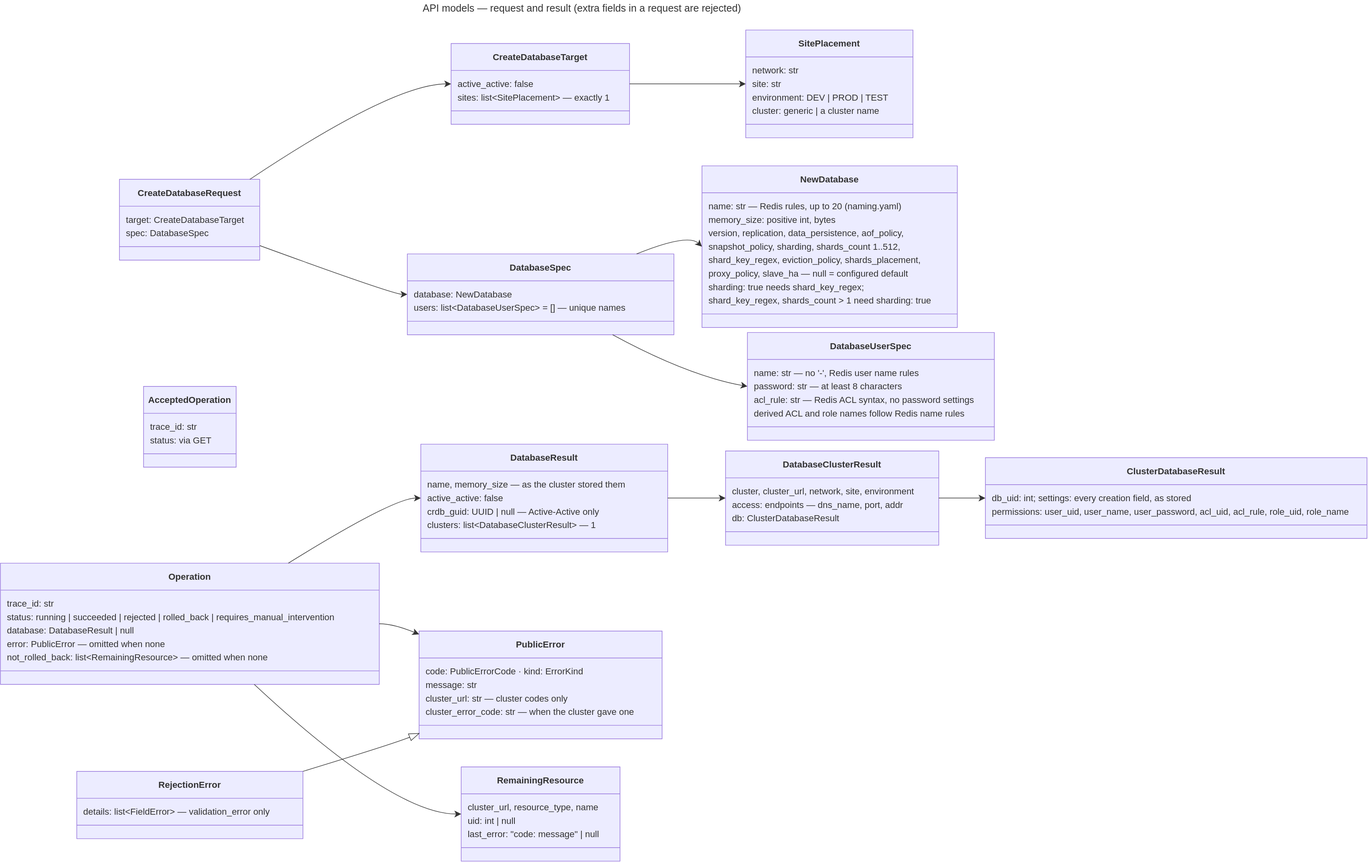
This is docs/diagrams/19-api-models-create.drawio.svg from EliShteinman/redis-enterprise-services, a draw.io export, as it was before one commit. Source tidied: cells renumbered, new cells last; positions are measured from the earlier drawing's top-left corner, leaving out a move shared by most shapes.
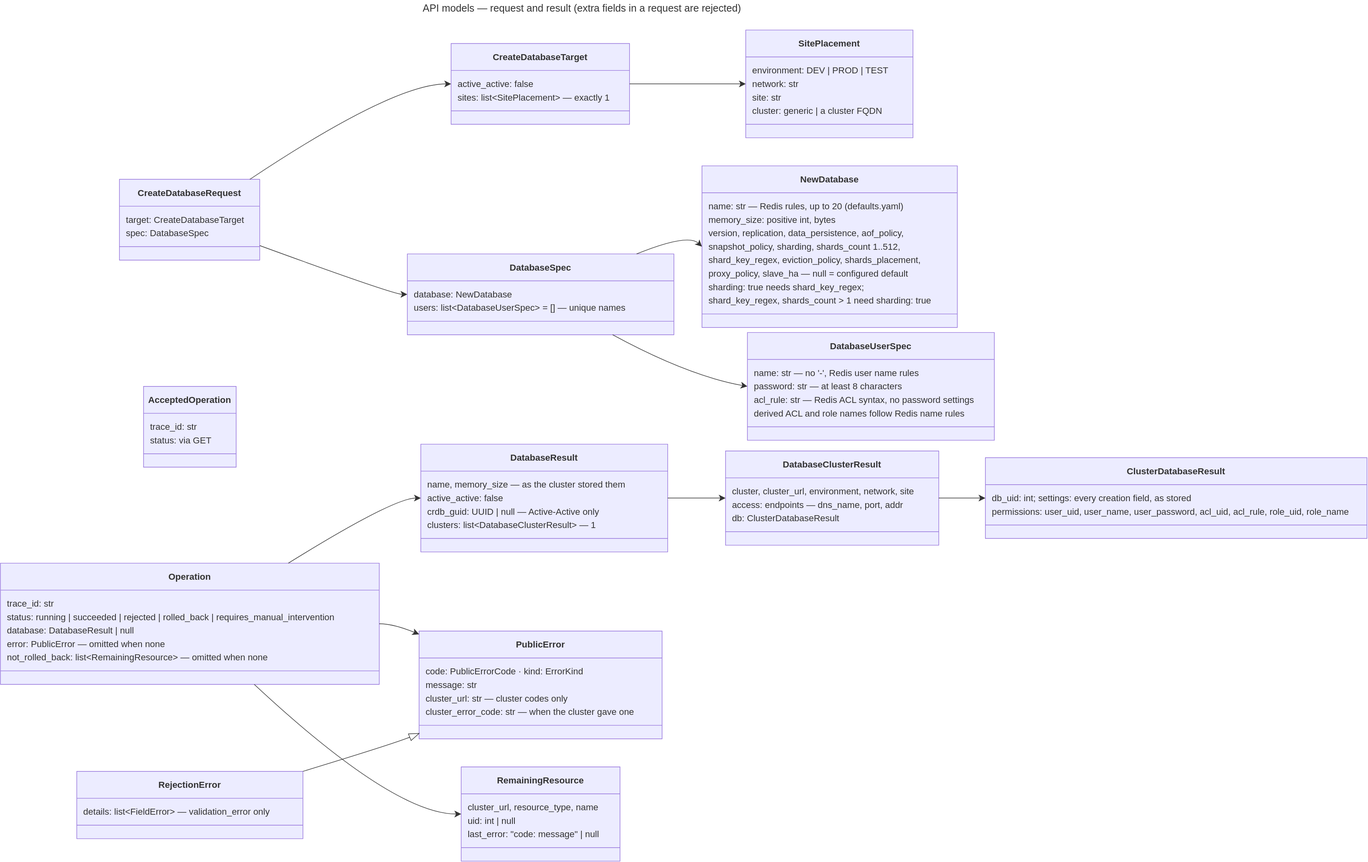
Later version of the same file.

The edit, as a diff of the source:
```diff
@@ -29,16 +29,16 @@
     <mxCell id="10" value="&lt;b&gt;SitePlacement&lt;/b&gt;" style="swimlane;html=1;fontStyle=1;fontSize=16;align=center;verticalAlign=middle;horizontal=1;startSize=48;swimlaneFillColor=light-dark(#ECECFF,#1f2020);whiteSpace=wrap;fillColor=light-dark(#ECECFF,#1f2020);strokeColor=light-dark(#9370DB,#cccccc);fontColor=light-dark(#333333,#cccccc);fontFamily=Trebuchet MS,Verdana,Arial,sans-serif;" parent="1" vertex="1">
       <mxGeometry x="1328" y="53" width="298" height="192" as="geometry" />
     </mxCell>
-    <mxCell id="11" value="network: str" style="text;fontSize=16;strokeColor=none;fillColor=none;align=left;verticalAlign=middle;spacingLeft=10;spacingRight=12;spacingBottom=2;overflow=hidden;fontFamily=Trebuchet MS,Verdana,Arial,sans-serif;fontColor=light-dark(#333333,#cccccc);" parent="10" vertex="1">
+    <mxCell id="11" value="environment: DEV | PROD | TEST" style="text;fontSize=16;strokeColor=none;fillColor=none;align=left;verticalAlign=middle;spacingLeft=10;spacingRight=12;spacingBottom=2;overflow=hidden;fontFamily=Trebuchet MS,Verdana,Arial,sans-serif;fontColor=light-dark(#333333,#cccccc);" parent="10" vertex="1">
       <mxGeometry y="60" width="298" height="24" as="geometry" />
     </mxCell>
-    <mxCell id="12" value="site: str" style="text;fontSize=16;strokeColor=none;fillColor=none;align=left;verticalAlign=middle;spacingLeft=10;spacingRight=12;spacingBottom=2;overflow=hidden;fontFamily=Trebuchet MS,Verdana,Arial,sans-serif;fontColor=light-dark(#333333,#cccccc);" parent="10" vertex="1">
+    <mxCell id="12" value="network: str" style="text;fontSize=16;strokeColor=none;fillColor=none;align=left;verticalAlign=middle;spacingLeft=10;spacingRight=12;spacingBottom=2;overflow=hidden;fontFamily=Trebuchet MS,Verdana,Arial,sans-serif;fontColor=light-dark(#333333,#cccccc);" parent="10" vertex="1">
       <mxGeometry y="84" width="298" height="24" as="geometry" />
     </mxCell>
-    <mxCell id="13" value="environment: DEV | PROD | TEST" style="text;fontSize=16;strokeColor=none;fillColor=none;align=left;verticalAlign=middle;spacingLeft=10;spacingRight=12;spacingBottom=2;overflow=hidden;fontFamily=Trebuchet MS,Verdana,Arial,sans-serif;fontColor=light-dark(#333333,#cccccc);" parent="10" vertex="1">
+    <mxCell id="13" value="site: str" style="text;fontSize=16;strokeColor=none;fillColor=none;align=left;verticalAlign=middle;spacingLeft=10;spacingRight=12;spacingBottom=2;overflow=hidden;fontFamily=Trebuchet MS,Verdana,Arial,sans-serif;fontColor=light-dark(#333333,#cccccc);" parent="10" vertex="1">
       <mxGeometry y="108" width="298" height="24" as="geometry" />
     </mxCell>
-    <mxCell id="14" value="cluster: generic | a cluster name" style="text;fontSize=16;strokeColor=none;fillColor=none;align=left;verticalAlign=middle;spacingLeft=10;spacingRight=12;spacingBottom=2;overflow=hidden;fontFamily=Trebuchet MS,Verdana,Arial,sans-serif;fontColor=light-dark(#333333,#cccccc);" parent="10" vertex="1">
+    <mxCell id="14" value="cluster: generic | a cluster FQDN" style="text;fontSize=16;strokeColor=none;fillColor=none;align=left;verticalAlign=middle;spacingLeft=10;spacingRight=12;spacingBottom=2;overflow=hidden;fontFamily=Trebuchet MS,Verdana,Arial,sans-serif;fontColor=light-dark(#333333,#cccccc);" parent="10" vertex="1">
       <mxGeometry y="132" width="298" height="24" as="geometry" />
     </mxCell>
     <mxCell id="15" style="line;strokeWidth=1;fillColor=none;spacingLeft=3;spacingRight=3;strokeColor=inherit;" parent="10" vertex="1">
@@ -59,7 +59,7 @@
     <mxCell id="20" value="&lt;b&gt;NewDatabase&lt;/b&gt;" style="swimlane;html=1;fontStyle=1;fontSize=16;align=center;verticalAlign=middle;horizontal=1;startSize=48;swimlaneFillColor=light-dark(#ECECFF,#1f2020);whiteSpace=wrap;fillColor=light-dark(#ECECFF,#1f2020);strokeColor=light-dark(#9370DB,#cccccc);fontColor=light-dark(#333333,#cccccc);fontFamily=Trebuchet MS,Verdana,Arial,sans-serif;" parent="1" vertex="1">
       <mxGeometry x="1250" y="295" width="455" height="288" as="geometry" />
     </mxCell>
-    <mxCell id="21" value="name: str — Redis rules, up to 20 (naming.yaml)" style="text;fontSize=16;strokeColor=none;fillColor=none;align=left;verticalAlign=middle;spacingLeft=10;spacingRight=12;spacingBottom=2;overflow=hidden;fontFamily=Trebuchet MS,Verdana,Arial,sans-serif;fontColor=light-dark(#333333,#cccccc);" parent="20" vertex="1">
+    <mxCell id="21" value="name: str — Redis rules, up to 20 (defaults.yaml)" style="text;fontSize=16;strokeColor=none;fillColor=none;align=left;verticalAlign=middle;spacingLeft=10;spacingRight=12;spacingBottom=2;overflow=hidden;fontFamily=Trebuchet MS,Verdana,Arial,sans-serif;fontColor=light-dark(#333333,#cccccc);" parent="20" vertex="1">
       <mxGeometry y="60" width="455" height="24" as="geometry" />
     </mxCell>
     <mxCell id="22" value="memory_size: positive int, bytes" style="text;fontSize=16;strokeColor=none;fillColor=none;align=left;verticalAlign=middle;spacingLeft=10;spacingRight=12;spacingBottom=2;overflow=hidden;fontFamily=Trebuchet MS,Verdana,Arial,sans-serif;fontColor=light-dark(#333333,#cccccc);" parent="20" vertex="1">
@@ -158,7 +158,7 @@
     <mxCell id="53" value="&lt;b&gt;DatabaseClusterResult&lt;/b&gt;" style="swimlane;html=1;fontStyle=1;fontSize=16;align=center;verticalAlign=middle;horizontal=1;startSize=48;swimlaneFillColor=light-dark(#ECECFF,#1f2020);whiteSpace=wrap;fillColor=light-dark(#ECECFF,#1f2020);strokeColor=light-dark(#9370DB,#cccccc);fontColor=light-dark(#333333,#cccccc);fontFamily=Trebuchet MS,Verdana,Arial,sans-serif;" parent="1" vertex="1">
       <mxGeometry x="1292" y="803" width="380" height="168" as="geometry" />
     </mxCell>
-    <mxCell id="54" value="cluster, cluster_url, network, site, environment" style="text;fontSize=16;strokeColor=none;fillColor=none;align=left;verticalAlign=middle;spacingLeft=10;spacingRight=12;spacingBottom=2;overflow=hidden;fontFamily=Trebuchet MS,Verdana,Arial,sans-serif;fontColor=light-dark(#333333,#cccccc);" parent="53" vertex="1">
+    <mxCell id="54" value="cluster, cluster_url, environment, network, site" style="text;fontSize=16;strokeColor=none;fillColor=none;align=left;verticalAlign=middle;spacingLeft=10;spacingRight=12;spacingBottom=2;overflow=hidden;fontFamily=Trebuchet MS,Verdana,Arial,sans-serif;fontColor=light-dark(#333333,#cccccc);" parent="53" vertex="1">
       <mxGeometry y="60" width="380" height="24" as="geometry" />
     </mxCell>
     <mxCell id="55" value="access: endpoints — dns_name, port, addr" style="text;fontSize=16;strokeColor=none;fillColor=none;align=left;verticalAlign=middle;spacingLeft=10;spacingRight=12;spacingBottom=2;overflow=hidden;fontFamily=Trebuchet MS,Verdana,Arial,sans-serif;fontColor=light-dark(#333333,#cccccc);" parent="53" vertex="1">
```
